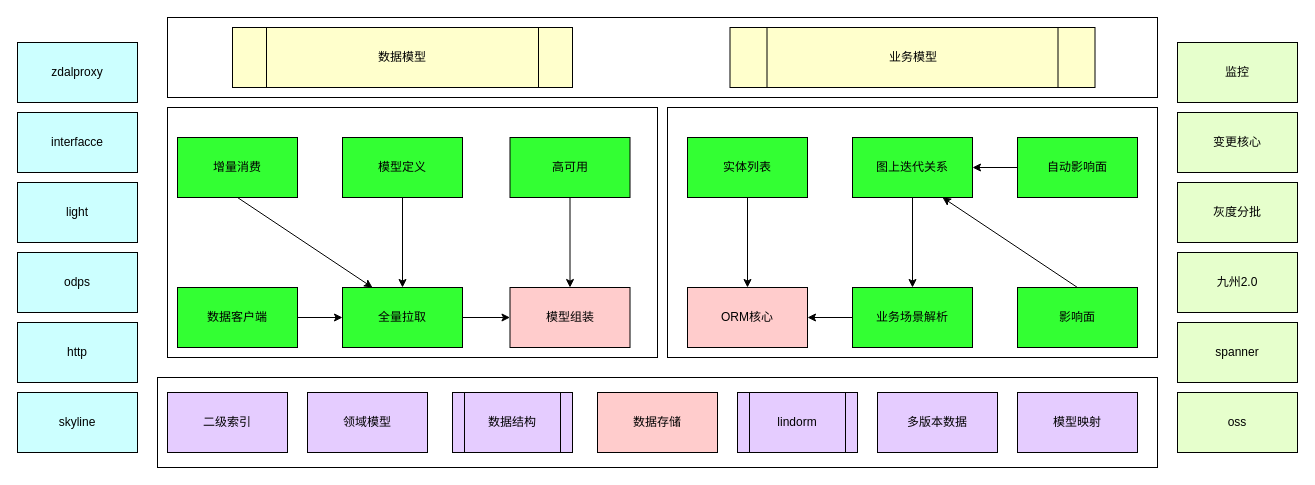
frankneu/draw.io keeps this draw.io diagram as 影响面内部框架.drawio. Above is the earlier version. Source tidied: cells renumbered, new cells numbered last; positions are measured from the earlier drawing's top-left corner, leaving out a move shared by most shapes. Both pictures are drawn from the tidied source at 100%, with x=0, y=0 at pixel (17, 17).
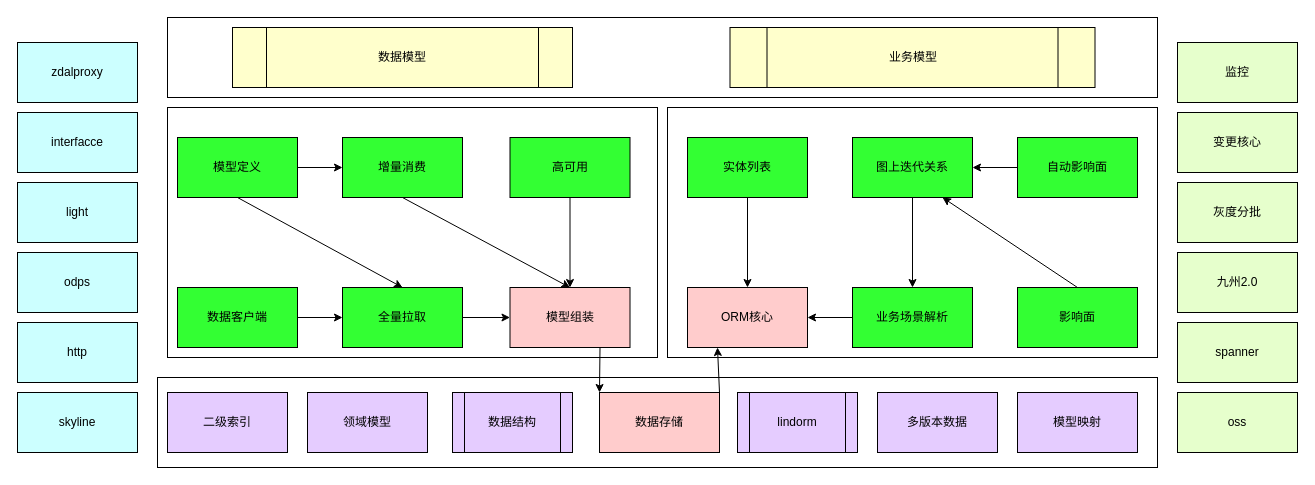
The same diagram, later.

Commit message:
Update 影响面内部框架.drawio

The change refers to these unchanged cells:
```xml
<mxCell id="13" value="全量拉取" style="rounded=0;whiteSpace=wrap;html=1;fillColor=#33FF33;" parent="1" vertex="1">
  <mxGeometry x="325" y="270" width="120" height="60" as="geometry" />
</mxCell>
<mxCell id="14" value="模型组装" style="rounded=0;whiteSpace=wrap;html=1;fillColor=#FFCCCC;" parent="1" vertex="1">
  <mxGeometry x="492.5" y="270" width="120" height="60" as="geometry" />
</mxCell>
<mxCell id="16" value="ORM核心" style="rounded=0;whiteSpace=wrap;html=1;fillColor=#FFCCCC;" parent="1" vertex="1">
  <mxGeometry x="670" y="270" width="120" height="60" as="geometry" />
</mxCell>
```

Change to the diagram source:
```diff
@@
-    <mxCell id="6" style="edgeStyle=none;rounded=0;jettySize=auto;html=1;exitX=0.5;exitY=1;exitDx=0;exitDy=0;entryX=0.25;entryY=0;entryDx=0;entryDy=0;" parent="1" edge="1" source="7" target="13">
+    <mxCell id="6" style="edgeStyle=none;rounded=0;jettySize=auto;html=1;exitX=0.5;exitY=1;exitDx=0;exitDy=0;entryX=0.5;entryY=0;entryDx=0;entryDy=0;" parent="1" edge="1" source="7" target="13">
       <mxGeometry relative="1" as="geometry" />
     </mxCell>
+    <mxCell id="49" style="edgeStyle=orthogonalEdgeStyle;rounded=0;jettySize=auto;html=1;exitX=1;exitY=0.5;exitDx=0;exitDy=0;entryX=0;entryY=0.5;entryDx=0;entryDy=0;" parent="1" edge="1" source="7" target="11">
+      <mxGeometry relative="1" as="geometry" />
+    </mxCell>
-    <mxCell id="7" value="增量消费" style="rounded=0;whiteSpace=wrap;html=1;fillColor=#33FF33;" parent="1" vertex="1">
+    <mxCell id="7" value="&lt;span style=&quot;white-space: normal&quot;&gt;模型定义&lt;/span&gt;" style="rounded=0;whiteSpace=wrap;html=1;fillColor=#33FF33;" parent="1" vertex="1">
       <mxGeometry x="160" y="120" width="120" height="60" as="geometry" />
     </mxCell>
@@
-    <mxCell id="10" style="edgeStyle=none;rounded=0;jettySize=auto;html=1;exitX=0.5;exitY=1;exitDx=0;exitDy=0;entryX=0.5;entryY=0;entryDx=0;entryDy=0;" parent="1" edge="1" source="11" target="13">
+    <mxCell id="10" style="edgeStyle=none;rounded=0;jettySize=auto;html=1;exitX=0.5;exitY=1;exitDx=0;exitDy=0;entryX=0.5;entryY=0;entryDx=0;entryDy=0;" parent="1" edge="1" source="11" target="14">
       <mxGeometry relative="1" as="geometry" />
     </mxCell>
-    <mxCell id="11" value="模型定义" style="rounded=0;whiteSpace=wrap;html=1;fillColor=#33FF33;" parent="1" vertex="1">
+    <mxCell id="11" value="增量消费" style="rounded=0;whiteSpace=wrap;html=1;fillColor=#33FF33;" parent="1" vertex="1">
       <mxGeometry x="325" y="120" width="120" height="60" as="geometry" />
     </mxCell>
@@
+    <mxCell id="50" style="rounded=0;jettySize=auto;html=1;exitX=0.75;exitY=1;exitDx=0;exitDy=0;entryX=0;entryY=0;entryDx=0;entryDy=0;" parent="1" edge="1" source="14" target="15">
+      <mxGeometry relative="1" as="geometry" />
+    </mxCell>
@@
+    <mxCell id="51" style="rounded=0;jettySize=auto;html=1;exitX=1;exitY=0;exitDx=0;exitDy=0;entryX=0.25;entryY=1;entryDx=0;entryDy=0;" parent="1" edge="1" source="15" target="16">
+      <mxGeometry relative="1" as="geometry" />
+    </mxCell>
     <mxCell id="15" value="数据存储" style="rounded=0;whiteSpace=wrap;html=1;fillColor=#FFCCCC;" parent="1" vertex="1">
-      <mxGeometry x="580" y="375" width="120" height="60" as="geometry" />
+      <mxGeometry x="582" y="375" width="120" height="60" as="geometry" />
     </mxCell>
```
